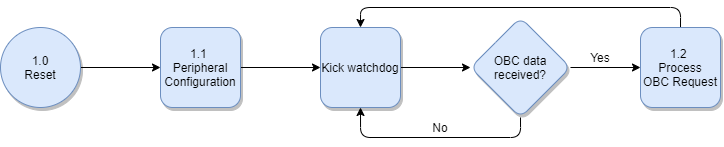
Earlier version of the draw.io export resources/drawio-diagrams/process-1-main-firmware-loop.png (DalhousieSpaceSystemsLab/CubeSat-ADCS-Firmware). Source tidied: cells renumbered, new cells last; positions are measured from the earlier drawing's top-left corner, leaving out a move shared by most shapes.
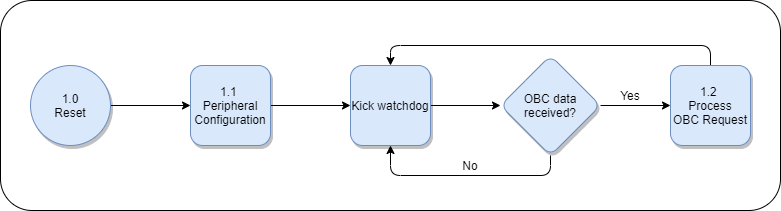
Above is the later version.

The edit, as a diff of the source:
```diff
@@ -2,6 +2,9 @@
   <root>
     <mxCell id="0" />
     <mxCell id="1" parent="0" />
+    <mxCell id="15" style="rounded=1;whiteSpace=wrap;html=1;" parent="1" vertex="1">
+      <mxGeometry x="-30" y="-55" width="780" height="210" as="geometry" />
+    </mxCell>
     <mxCell id="2" style="edgeStyle=orthogonalEdgeStyle;rounded=0;jettySize=auto;html=1;" parent="1" edge="1" source="3" target="5">
       <mxGeometry relative="1" as="geometry" />
     </mxCell>
```
